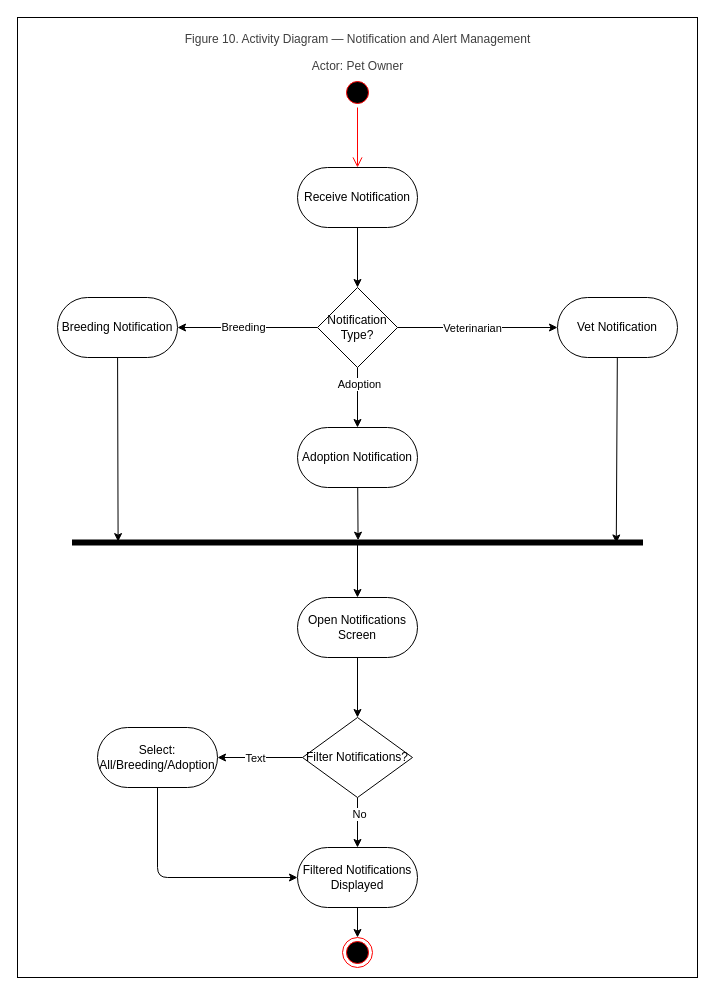
Before: ActivityDiagram_Figure10_USALLA.drawio in Chels013/Breedr-Diagrams, a draw.io diagram. Source tidied: cells renumbered, new cells numbered last; positions are measured from the earlier drawing's top-left corner, leaving out a move shared by most shapes. Both pictures are drawn from the tidied source at 100%, with x=0, y=0 at pixel (17, 17).
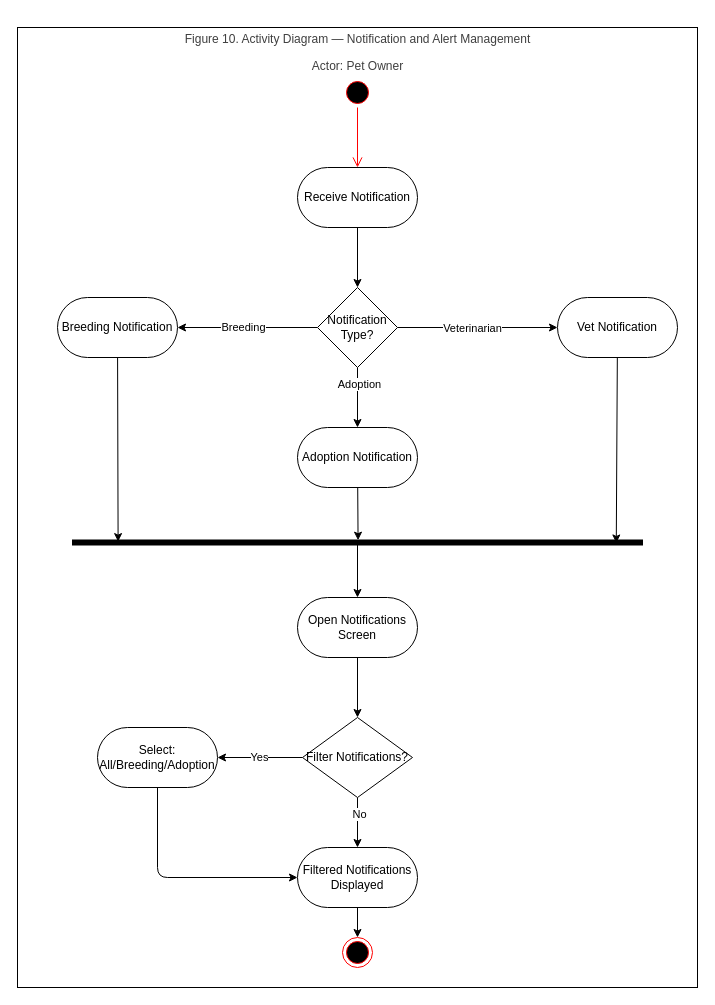
The same diagram, later.

Unchanged cells that the change refers to:
```xml
<mxCell id="27" style="edgeStyle=none;html=1;entryX=1;entryY=0.5;entryDx=0;entryDy=0;" parent="1" edge="1" source="29" target="31">
  <mxGeometry relative="1" as="geometry" />
</mxCell>
```

The edit, as a diff of the source:
```diff
@@
     <mxCell id="2" style="rounded=0;whiteSpace=wrap;html=1;" parent="1" vertex="1">
-      <mxGeometry width="680" height="960" as="geometry" />
+      <mxGeometry y="10" width="680" height="960" as="geometry" />
     </mxCell>
@@
-    <mxCell id="28" value="Text" style="edgeLabel;html=1;align=center;verticalAlign=middle;" parent="27" vertex="1">
-      <mxGeometry x="0.13" relative="1" as="geometry" />
-    </mxCell>
+    <mxCell id="35" value="Yes" style="edgeLabel;html=1;align=center;verticalAlign=middle;" parent="27" vertex="1">
+      <mxGeometry x="0.04" y="-1" relative="1" as="geometry" />
+    </mxCell>
```
